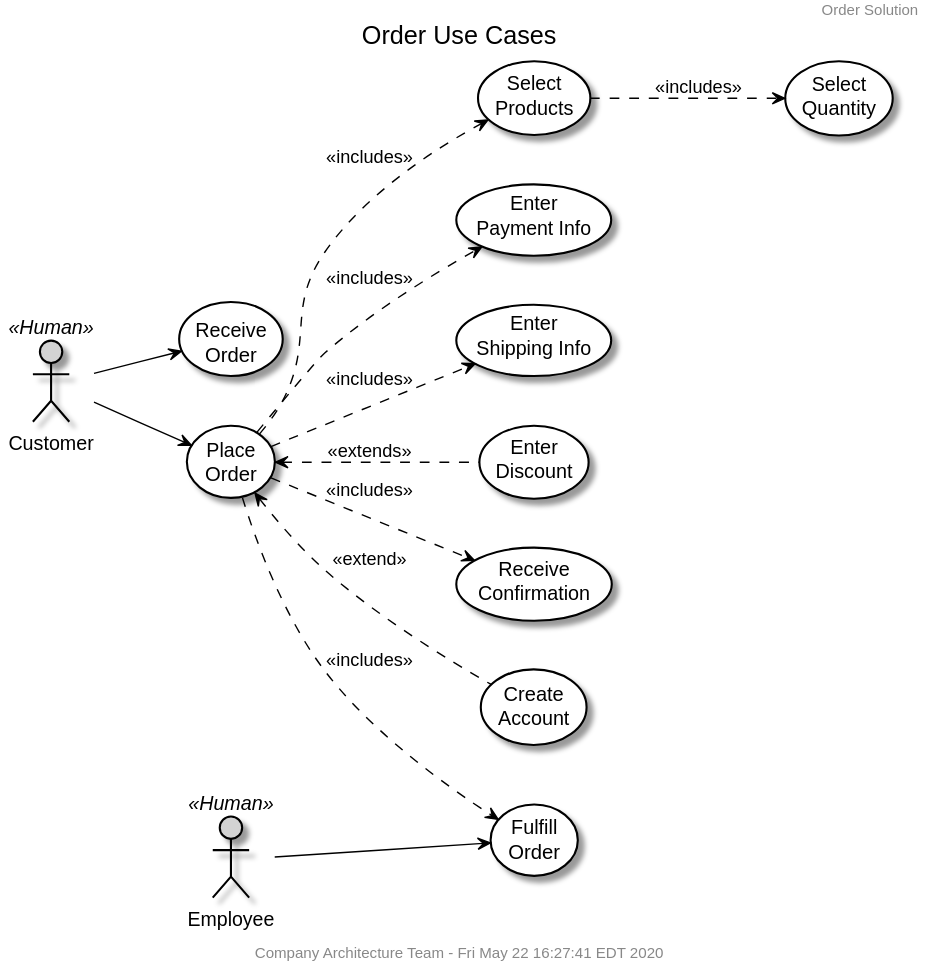
Earlier version of the PlantUML export out/diagram_examples/Use Case Diagram - Park Entry.svg (garrettsutula/plantuml-examples). Source of this version:
```plantuml
@startuml Use Case Diagram - Park Entry
!include include.puml
left to right direction

header Order Solution
title Order Use Cases

:Customer: as customer <<Human>>
:Employee: as emp <<Human>>

(Receive\nOrder) as receive
(Place\nOrder) as place
(Select\nProducts) as select
(Select\nQuantity) as quantity
(Enter\nPayment Info) as payment
(Enter\nShipping Info) as shipping
(Enter\nDiscount) as discount
(Receive\nConfirmation) as confirmation
(Create\nAccount) as account
(Fulfill\nOrder) as fulfill

customer --> receive
customer --> place
place -.> select: << includes >>
select -.> quantity: << includes >>
place -.> payment: << includes >>
place -.> shipping: << includes >>
place <.- discount: << extends >>
place -.> confirmation: << includes >>
place -.> fulfill: << includes >>
place <.- account: << extend >>

emp --> fulfill

@enduml
```
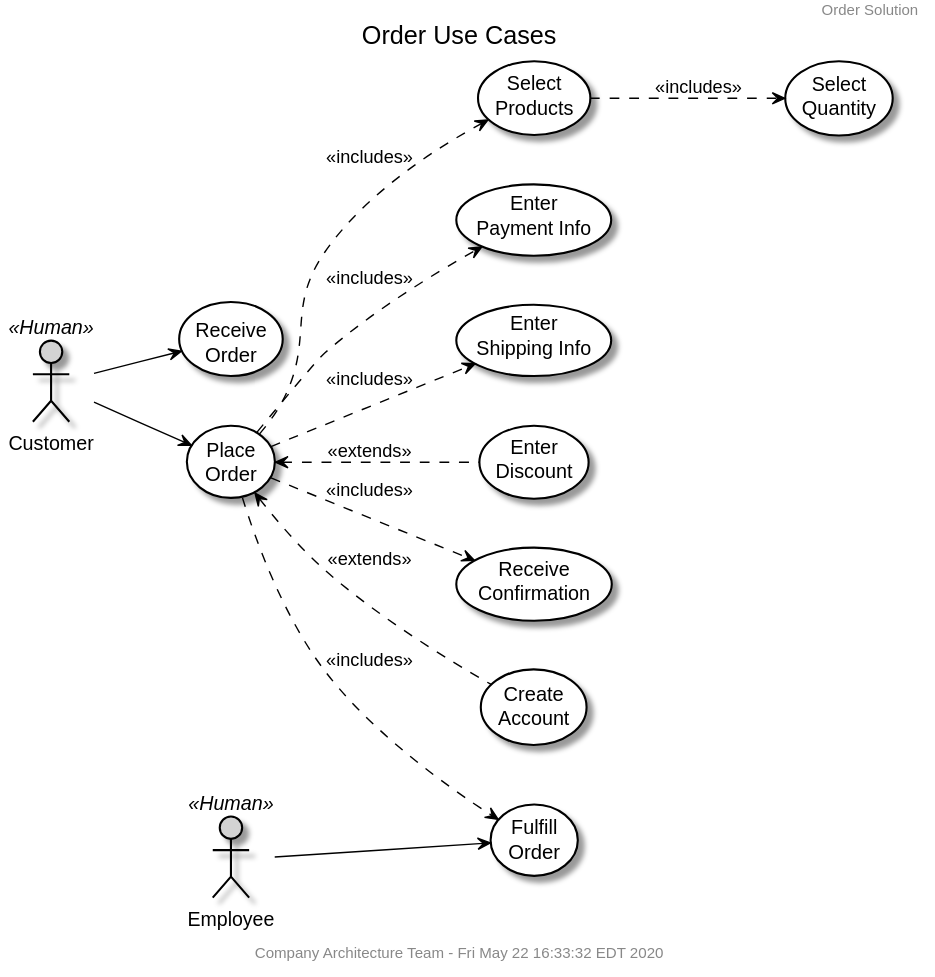
Above is the later version.

Change to the diagram source:
```diff
@@ -28,7 +28,7 @@
 place <.- discount: << extends >>
 place -.> confirmation: << includes >>
 place -.> fulfill: << includes >>
-place <.- account: << extend >>
+place <.- account: << extends >>
 
 emp --> fulfill
 
```
